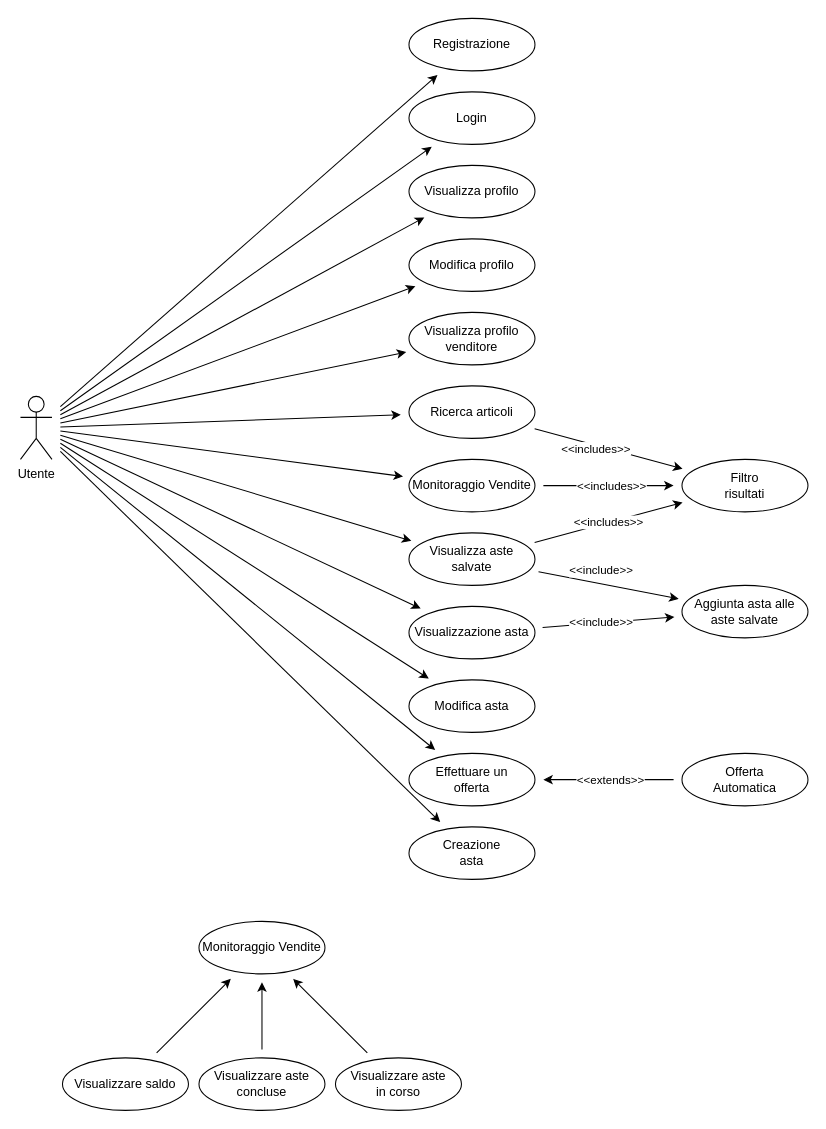
Above: documenti/UC-Utente.drawio in Chaos-Rat/GAO (draw.io), before the change. Source tidied: cells renumbered, new cells numbered last; positions are measured from the earlier drawing's top-left corner, leaving out a move shared by most shapes. Both pictures are drawn from the tidied source at 105%, with x=0, y=0 at pixel (20, 18).
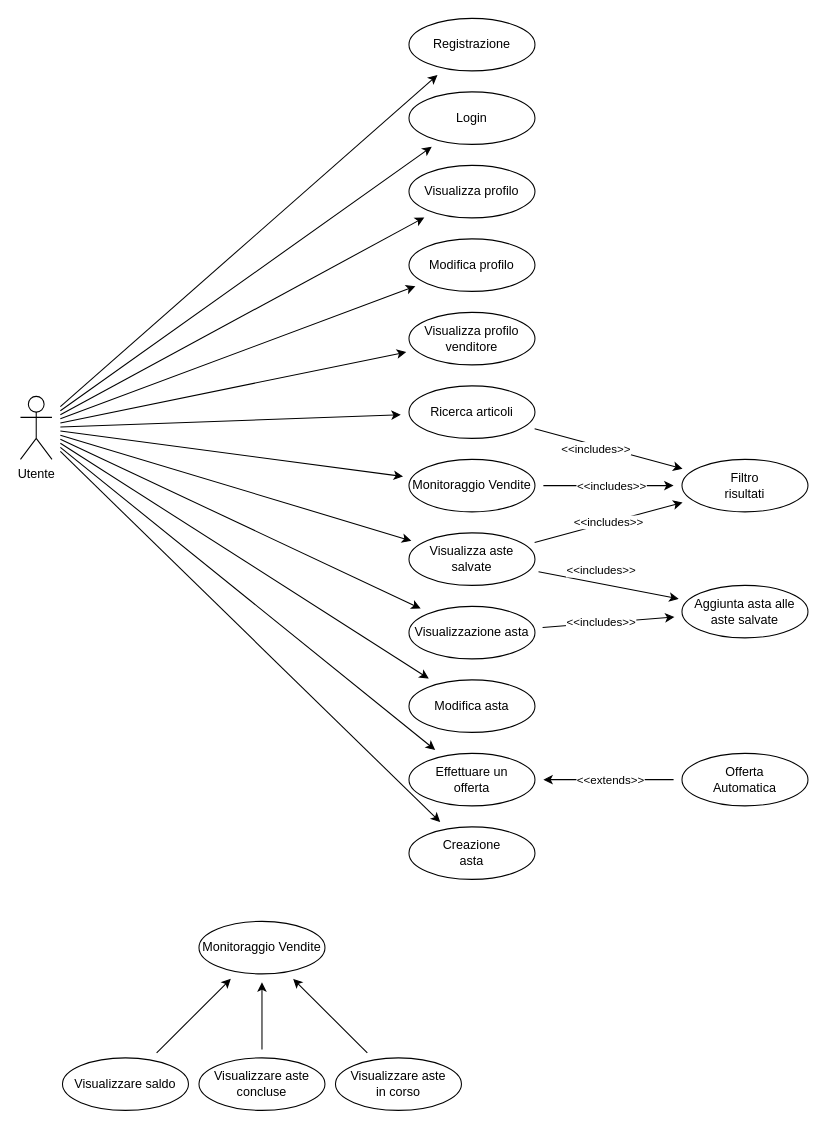
The same page after the edit.

Commit message (it also covers changes not shown here):
Iniziato Diagramma Classi Server, fix minori

Iniziato a scrivere il diagramma delle classi per la parte server dell'applicazione.
Corretti errori di scrittura nel file UC-Utente.drawio.
Aggiornato il .gitignore per includere altri file temporanei di draw.io.

The change refers to these unchanged cells:
```xml
<mxCell id="17" style="edgeStyle=none;rounded=0;jettySize=auto;html=1;strokeColor=default;align=center;verticalAlign=middle;fontFamily=Helvetica;fontSize=11;fontColor=default;labelBackgroundColor=default;endArrow=classic;sourcePerimeterSpacing=8;targetPerimeterSpacing=8;" parent="1" edge="1" source="19" target="47">
  <mxGeometry relative="1" as="geometry" />
</mxCell>
<mxCell id="43" style="edgeStyle=none;rounded=0;jettySize=auto;html=1;strokeColor=default;align=center;verticalAlign=middle;fontFamily=Helvetica;fontSize=11;fontColor=default;labelBackgroundColor=default;endArrow=classic;sourcePerimeterSpacing=8;targetPerimeterSpacing=8;" parent="1" edge="1" source="46" target="47">
  <mxGeometry relative="1" as="geometry" />
</mxCell>
```

The edit, as a diff of the source:
```diff
@@
-    <mxCell id="18" value="&amp;lt;&amp;lt;include&amp;gt;&amp;gt;" style="edgeLabel;html=1;align=center;verticalAlign=middle;fontFamily=Helvetica;fontSize=11;fontColor=default;labelBackgroundColor=default;" parent="17" vertex="1">
+    <mxCell id="18" value="&amp;lt;&amp;lt;includes&amp;gt;&amp;gt;" style="edgeLabel;html=1;align=center;verticalAlign=middle;fontFamily=Helvetica;fontSize=11;fontColor=default;labelBackgroundColor=default;" parent="17" vertex="1">
       <mxGeometry x="-0.11" y="1" relative="1" as="geometry" />
     </mxCell>
@@
-    <mxCell id="44" value="&amp;lt;&amp;lt;include&amp;gt;&amp;gt;" style="edgeLabel;html=1;align=center;verticalAlign=middle;fontFamily=Helvetica;fontSize=11;fontColor=default;labelBackgroundColor=default;" parent="43" vertex="1">
+    <mxCell id="44" value="&amp;lt;&amp;lt;includes&amp;gt;&amp;gt;" style="edgeLabel;html=1;align=center;verticalAlign=middle;fontFamily=Helvetica;fontSize=11;fontColor=default;labelBackgroundColor=default;" parent="43" vertex="1">
       <mxGeometry x="-0.31" y="3" relative="1" as="geometry">
         <mxPoint x="12" y="-7" as="offset" />
       </mxGeometry>
     </mxCell>
```
